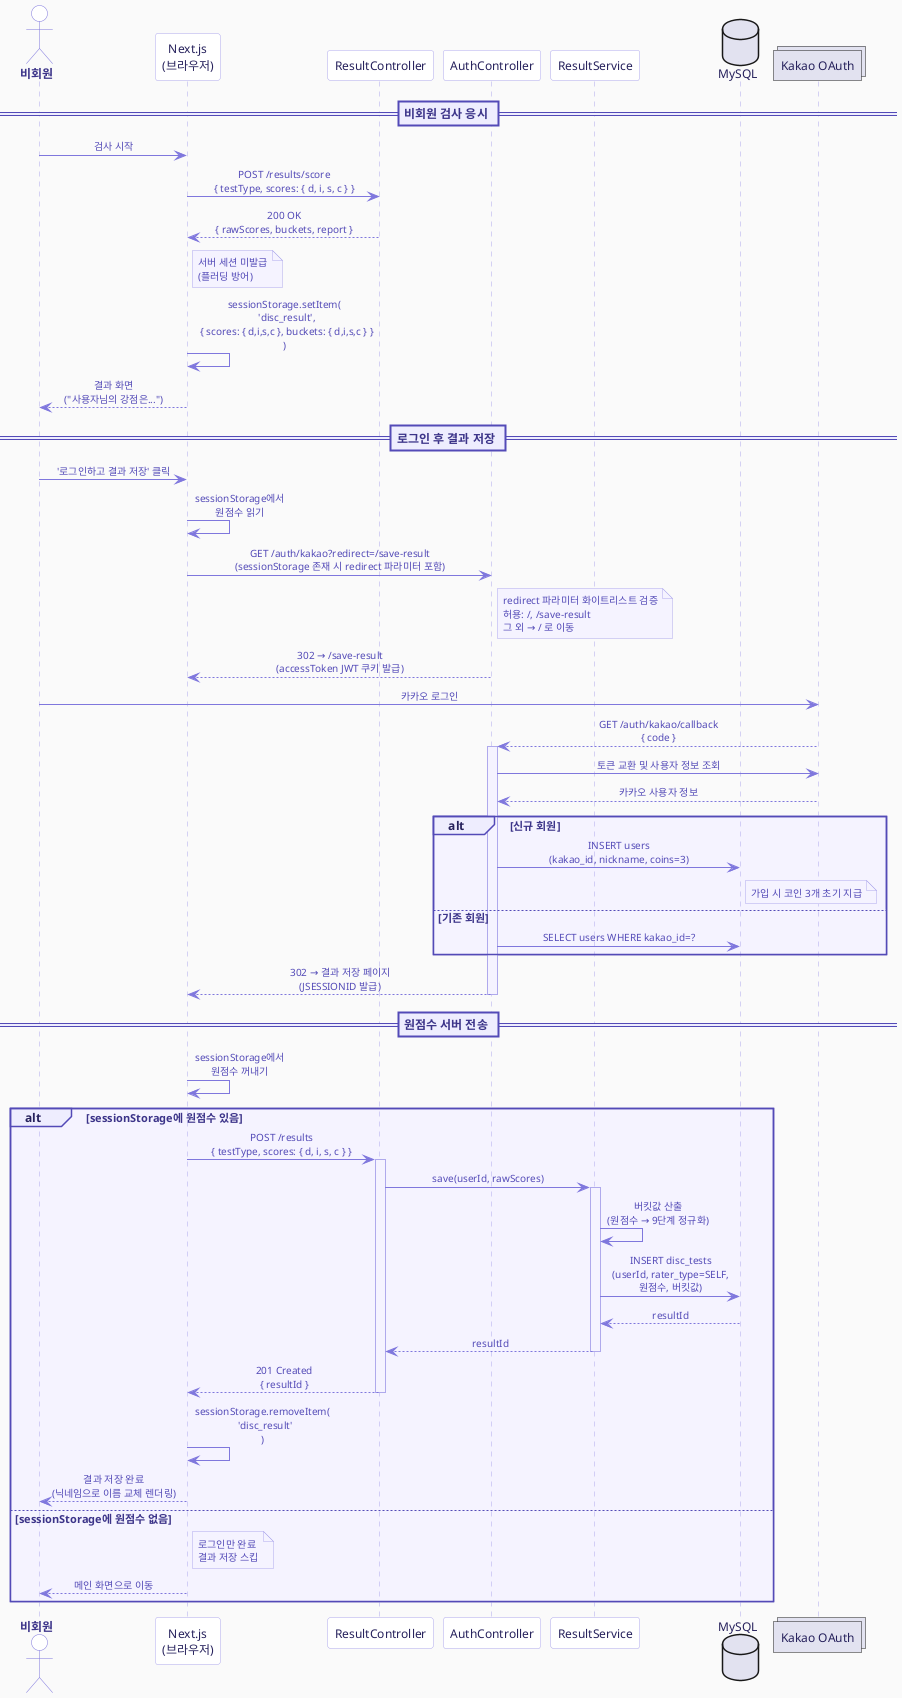
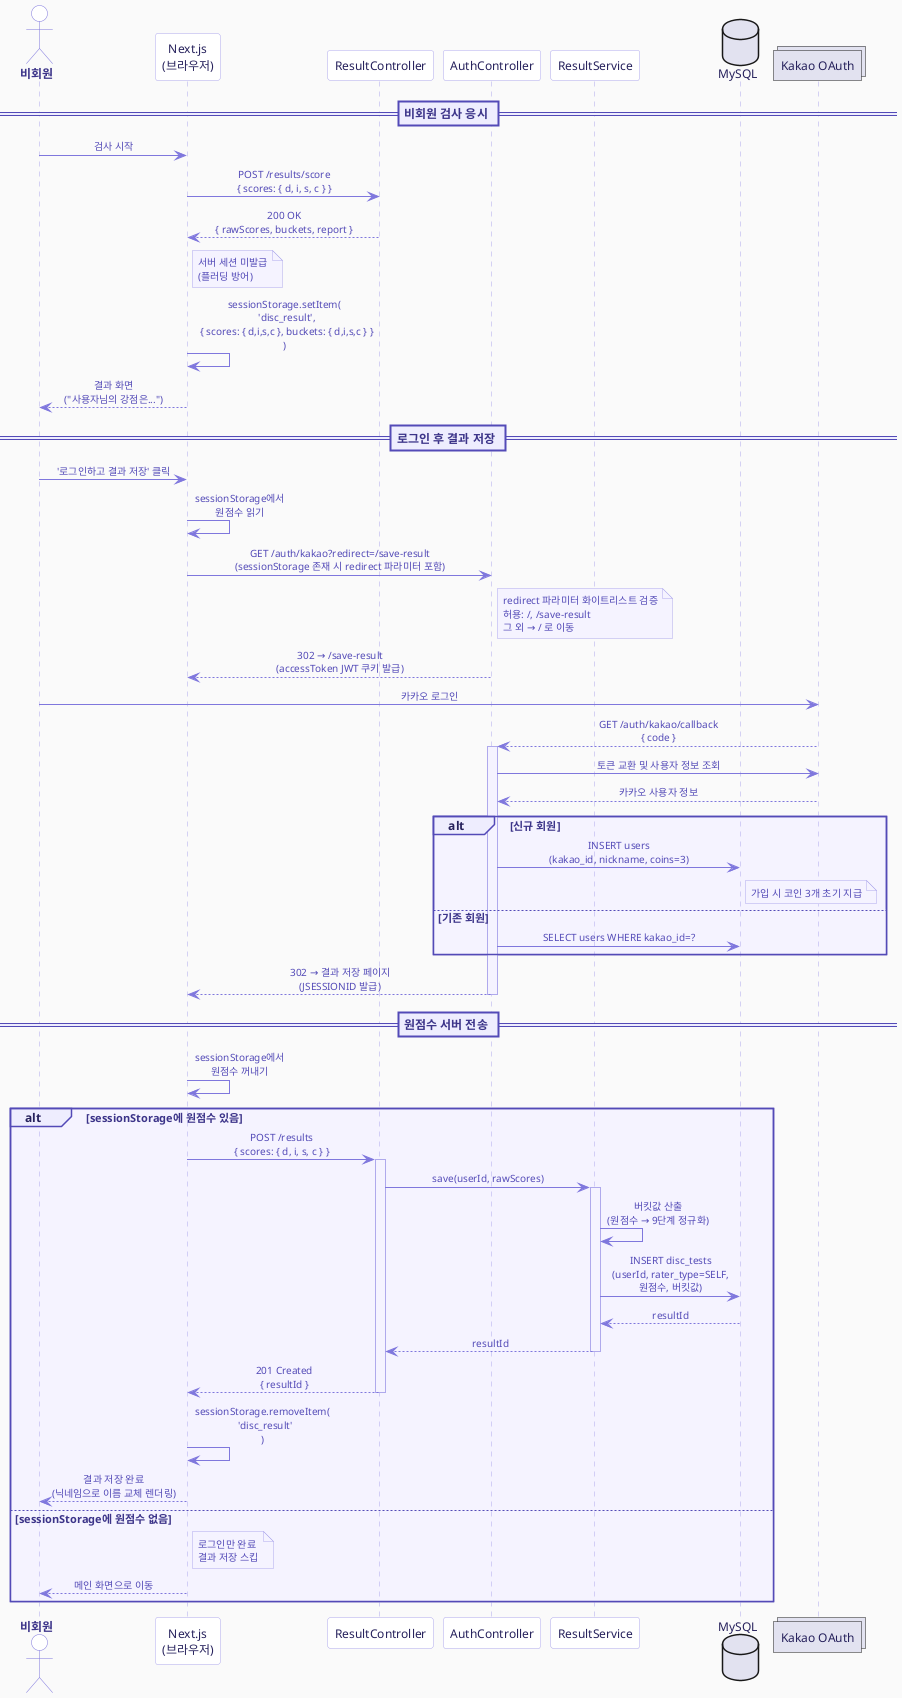
@startuml MyCPT_Sequence_GuestToMember

skinparam backgroundColor #FAFAFA
skinparam defaultFontName "Apple SD Gothic Neo, sans-serif"
skinparam defaultFontSize 12
skinparam defaultFontColor #26215C
skinparam sequenceMessageAlign center

skinparam participant {
  BackgroundColor #FFFFFF
  BorderColor #AFA9EC
  FontColor #26215C
  FontSize 12
}

skinparam actor {
  BackgroundColor #FFFFFF
  BorderColor #7F77DD
  FontColor #3C3489
  FontSize 12
  FontStyle bold
}

skinparam sequence {
  ArrowColor #7F77DD
  ArrowFontColor #534AB7
  ArrowFontSize 10
  LifeLineBorderColor #AFA9EC
  LifeLineBackgroundColor #F5F3FF
  GroupBorderColor #534AB7
  GroupBackgroundColor #EEEDFE
  GroupFontColor #3C3489
  GroupFontSize 11
  GroupBodyBackgroundColor #F5F3FF
  DividerBackgroundColor #EEEDFE
  DividerBorderColor #534AB7
  DividerFontColor #3C3489
}

skinparam note {
  BackgroundColor #F5F3FF
  BorderColor #AFA9EC
  FontColor #534AB7
  FontSize 10
}

actor "비회원" as Guest
participant "Next.js\n(브라우저)" as Client
participant "ResultController" as ResultCtrl
participant "AuthController" as AuthCtrl
participant "ResultService" as ResultSvc
database "MySQL" as DB
collections "Kakao OAuth" as Kakao

== 비회원 검사 응시 ==

Guest -> Client : 검사 시작
- Client -> ResultCtrl : POST /results/score\n{ testType, scores: { d, i, s, c } }
+ Client -> ResultCtrl : POST /results/score\n{ scores: { d, i, s, c } }
ResultCtrl --> Client : 200 OK\n{ rawScores, buckets, report }

note right of Client
  서버 세션 미발급
  (플러딩 방어)
end note

Client -> Client : sessionStorage.setItem(\n  'disc_result',\n  { scores: { d,i,s,c }, buckets: { d,i,s,c } }\n)

Client --> Guest : 결과 화면\n("사용자님의 강점은...")

== 로그인 후 결과 저장 ==

Guest -> Client : '로그인하고 결과 저장' 클릭
Client -> Client : sessionStorage에서\n원점수 읽기

Client -> AuthCtrl : GET /auth/kakao?redirect=/save-result\n(sessionStorage 존재 시 redirect 파라미터 포함)
note right of AuthCtrl
  redirect 파라미터 화이트리스트 검증
  허용: /, /save-result
  그 외 → / 로 이동
end note
AuthCtrl --> Client : 302 → /save-result\n(accessToken JWT 쿠키 발급)

Guest -> Kakao : 카카오 로그인
Kakao --> AuthCtrl : GET /auth/kakao/callback\n{ code }

activate AuthCtrl
AuthCtrl -> Kakao : 토큰 교환 및 사용자 정보 조회
Kakao --> AuthCtrl : 카카오 사용자 정보

alt 신규 회원
  AuthCtrl -> DB : INSERT users\n(kakao_id, nickname, coins=3)
  note right of DB
    가입 시 코인 3개 초기 지급
  end note
else 기존 회원
  AuthCtrl -> DB : SELECT users WHERE kakao_id=?
end

AuthCtrl --> Client : 302 → 결과 저장 페이지\n(JSESSIONID 발급)
deactivate AuthCtrl

== 원점수 서버 전송 ==

Client -> Client : sessionStorage에서\n원점수 꺼내기

alt sessionStorage에 원점수 있음
-   Client -> ResultCtrl : POST /results\n{ testType, scores: { d, i, s, c } }
+   Client -> ResultCtrl : POST /results\n{ scores: { d, i, s, c } }
  activate ResultCtrl

  ResultCtrl -> ResultSvc : save(userId, rawScores)
  activate ResultSvc
  ResultSvc -> ResultSvc : 버킷값 산출\n(원점수 → 9단계 정규화)
  ResultSvc -> DB : INSERT disc_tests\n(userId, rater_type=SELF,\n원점수, 버킷값)
  DB --> ResultSvc : resultId
  ResultSvc --> ResultCtrl : resultId
  deactivate ResultSvc

  ResultCtrl --> Client : 201 Created\n{ resultId }
  deactivate ResultCtrl

  Client -> Client : sessionStorage.removeItem(\n  'disc_result'\n)
  Client --> Guest : 결과 저장 완료\n(닉네임으로 이름 교체 렌더링)

else sessionStorage에 원점수 없음
  note right of Client
    로그인만 완료
    결과 저장 스킵
  end note
  Client --> Guest : 메인 화면으로 이동
end

@enduml
